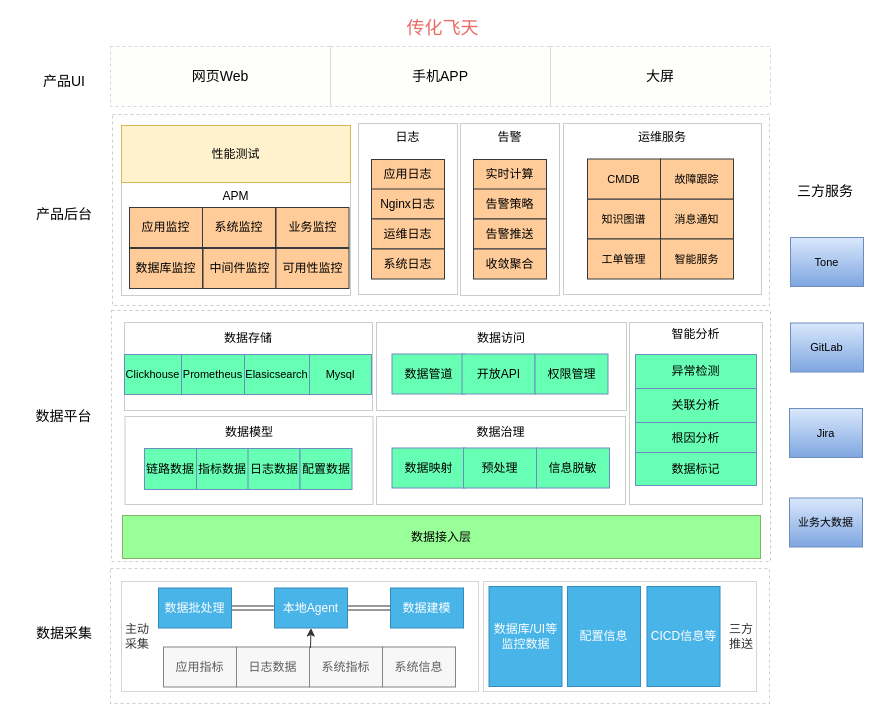
sunface/draw.io keeps this draw.io diagram as 传化盖亚架构图.drawio. Above is the earlier version. Source tidied: cells renumbered, new cells numbered last; positions are measured from the earlier drawing's top-left corner, leaving out a move shared by most shapes. Both pictures are drawn from the tidied source at 100%, with x=0, y=0 at pixel (17, 18).
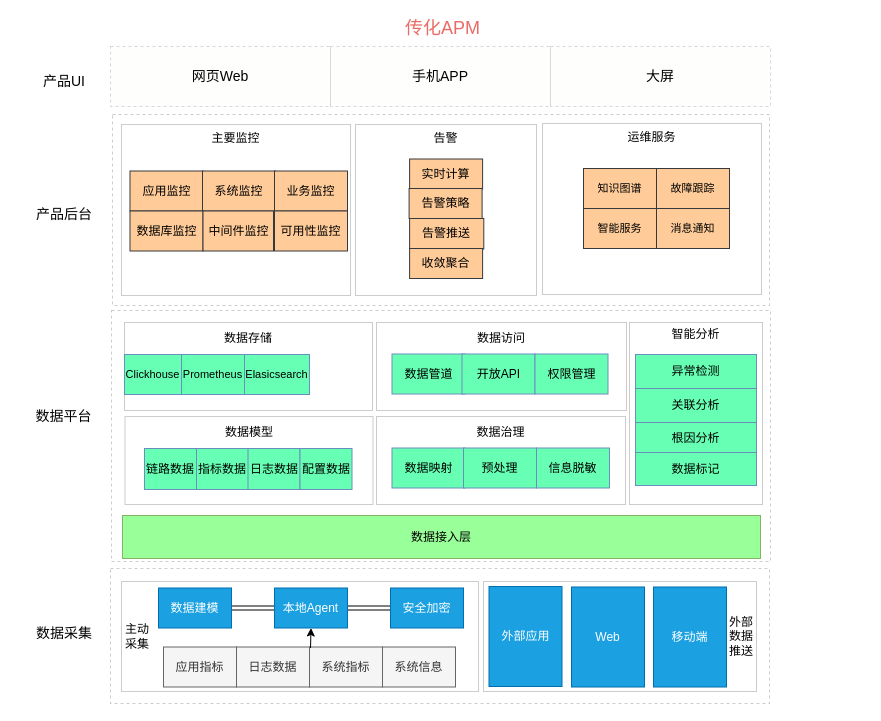
After the change.

Commit message:
Update 传化盖亚架构图.drawio

What changed in the source:
```diff
@@
+    <mxCell id="77" style="rounded=0;whiteSpace=wrap;html=1;fontSize=10;dashed=1;gradientColor=none;fillColor=#ffffff;shadow=0;opacity=20;" parent="1" vertex="1">
+      <mxGeometry x="93" y="550" width="659" height="135" as="geometry" />
+    </mxCell>
@@
-    <mxCell id="10" value="数据建模" style="rounded=0;whiteSpace=wrap;html=1;shadow=0;fillColor=#1ba1e2;fontSize=12;strokeColor=#006EAF;fontColor=#ffffff;" parent="1" vertex="1">
+    <mxCell id="10" value="安全加密" style="rounded=0;whiteSpace=wrap;html=1;shadow=0;fillColor=#1ba1e2;fontSize=12;strokeColor=#006EAF;fontColor=#ffffff;" parent="1" vertex="1">
       <mxGeometry x="373" y="569.5" width="73" height="40" as="geometry" />
     </mxCell>
@@
-    <mxCell id="12" value="数据批处理" style="rounded=0;whiteSpace=wrap;html=1;shadow=0;fillColor=#1ba1e2;fontSize=12;strokeColor=#006EAF;fontColor=#ffffff;" parent="1" vertex="1">
+    <mxCell id="12" value="数据建模" style="rounded=0;whiteSpace=wrap;html=1;shadow=0;fillColor=#1ba1e2;fontSize=12;strokeColor=#006EAF;fontColor=#ffffff;" parent="1" vertex="1">
       <mxGeometry x="141" y="569.5" width="73" height="40" as="geometry" />
     </mxCell>
@@
-    <mxCell id="35" value="数据库/UI等监控数据" style="rounded=0;whiteSpace=wrap;html=1;shadow=0;fillColor=#1ba1e2;fontSize=12;strokeColor=#006EAF;fontColor=#ffffff;" parent="1" vertex="1">
+    <mxCell id="35" value="外部应用" style="rounded=0;whiteSpace=wrap;html=1;shadow=0;fillColor=#1ba1e2;fontSize=12;strokeColor=#006EAF;fontColor=#ffffff;" parent="1" vertex="1">
       <mxGeometry x="471.5" y="568" width="73" height="100" as="geometry" />
     </mxCell>
-    <mxCell id="36" value="三方推送" style="text;html=1;strokeColor=none;fillColor=none;align=center;verticalAlign=middle;whiteSpace=wrap;rounded=0;shadow=0;fontSize=12;opacity=20;" parent="1" vertex="1">
+    <mxCell id="36" value="外部数据推送" style="text;html=1;strokeColor=none;fillColor=none;align=center;verticalAlign=middle;whiteSpace=wrap;rounded=0;shadow=0;fontSize=12;opacity=20;" parent="1" vertex="1">
       <mxGeometry x="709" y="608" width="30" height="20" as="geometry" />
     </mxCell>
-    <mxCell id="37" value="配置信息" style="rounded=0;whiteSpace=wrap;html=1;shadow=0;fillColor=#1ba1e2;fontSize=12;strokeColor=#006EAF;fontColor=#ffffff;" parent="1" vertex="1">
-      <mxGeometry x="550" y="568" width="73" height="100" as="geometry" />
-    </mxCell>
-    <mxCell id="38" value="CICD信息等" style="rounded=0;whiteSpace=wrap;html=1;shadow=0;fillColor=#1ba1e2;fontSize=12;strokeColor=#006EAF;fontColor=#ffffff;" parent="1" vertex="1">
-      <mxGeometry x="629.5" y="568" width="73" height="100" as="geometry" />
-    </mxCell>
@@
-    <mxCell id="41" value="&lt;div&gt;&lt;br&gt;&lt;/div&gt;&lt;div&gt;&lt;br&gt;&lt;/div&gt;&lt;div&gt;&lt;br&gt;&lt;/div&gt;&lt;div&gt;&lt;br&gt;&lt;/div&gt;&lt;div&gt;&lt;br&gt;&lt;/div&gt;&lt;div&gt;&lt;br&gt;&lt;/div&gt;&lt;div&gt;&lt;br&gt;&lt;/div&gt;&lt;div&gt;&lt;br&gt;&lt;/div&gt;&lt;div&gt;&lt;br&gt;&lt;/div&gt;&lt;div&gt;&lt;br&gt;&lt;/div&gt;&lt;div&gt;APM&lt;/div&gt;&lt;div&gt;&lt;br&gt;&lt;/div&gt;&lt;div&gt;&lt;br&gt;&lt;/div&gt;&lt;div&gt;&lt;br&gt;&lt;/div&gt;&lt;div&gt;&lt;br&gt;&lt;/div&gt;&lt;div&gt;&lt;br&gt;&lt;/div&gt;&lt;div&gt;&lt;br&gt;&lt;/div&gt;&lt;div&gt;&lt;br&gt;&lt;/div&gt;&lt;div&gt;&lt;br&gt;&lt;/div&gt;&lt;div&gt;&lt;br&gt;&lt;/div&gt;&lt;div&gt;&lt;br&gt;&lt;/div&gt;&lt;div&gt;&lt;br&gt;&lt;/div&gt;&lt;div&gt;&lt;br&gt;&lt;/div&gt;&lt;div&gt;&lt;br&gt;&lt;/div&gt;&lt;div&gt;&lt;br&gt;&lt;/div&gt;&lt;div&gt;&lt;br&gt;&lt;/div&gt;&lt;div&gt;&lt;br&gt;&lt;/div&gt;" style="rounded=0;whiteSpace=wrap;html=1;shadow=0;fillColor=#ffffff;gradientColor=none;fontSize=12;opacity=20;align=center;" parent="1" vertex="1">
-      <mxGeometry x="104" y="164" width="229" height="113" as="geometry" />
+    <mxCell id="41" value="&lt;div&gt;&lt;br&gt;&lt;/div&gt;&lt;div&gt;&lt;br&gt;&lt;/div&gt;&lt;div&gt;&lt;br&gt;&lt;/div&gt;&lt;div&gt;&lt;br&gt;&lt;/div&gt;&lt;div&gt;&lt;br&gt;&lt;/div&gt;&lt;div&gt;&lt;br&gt;&lt;/div&gt;&lt;div&gt;主要监控&lt;br&gt;&lt;/div&gt;&lt;div&gt;&lt;br&gt;&lt;/div&gt;&lt;div&gt;&lt;br&gt;&lt;/div&gt;&lt;div&gt;&lt;br&gt;&lt;/div&gt;&lt;div&gt;&lt;br&gt;&lt;/div&gt;&lt;div&gt;&lt;br&gt;&lt;/div&gt;&lt;div&gt;&lt;br&gt;&lt;/div&gt;&lt;div&gt;&lt;br&gt;&lt;/div&gt;&lt;div&gt;&lt;br&gt;&lt;/div&gt;&lt;div&gt;&lt;br&gt;&lt;/div&gt;&lt;div&gt;&lt;br&gt;&lt;/div&gt;&lt;div&gt;&lt;br&gt;&lt;/div&gt;&lt;div&gt;&lt;br&gt;&lt;/div&gt;&lt;div&gt;&lt;br&gt;&lt;/div&gt;&lt;div&gt;&lt;br&gt;&lt;/div&gt;&lt;div&gt;&lt;br&gt;&lt;/div&gt;&lt;div&gt;&lt;br&gt;&lt;/div&gt;" style="rounded=0;whiteSpace=wrap;html=1;shadow=0;fillColor=#ffffff;gradientColor=none;fontSize=12;opacity=20;align=center;" parent="1" vertex="1">
+      <mxGeometry x="104" y="106" width="229" height="171" as="geometry" />
     </mxCell>
     <mxCell id="42" value="应用监控" style="rounded=0;whiteSpace=wrap;html=1;shadow=0;fillColor=#ffcc99;fontSize=12;strokeColor=#36393d;" parent="1" vertex="1">
-      <mxGeometry x="112" y="189" width="73" height="40" as="geometry" />
+      <mxGeometry x="112.5" y="152.5" width="73" height="40" as="geometry" />
     </mxCell>
     <mxCell id="43" value="系统监控" style="rounded=0;whiteSpace=wrap;html=1;shadow=0;fillColor=#ffcc99;fontSize=12;strokeColor=#36393d;" parent="1" vertex="1">
-      <mxGeometry x="185" y="189" width="73" height="40" as="geometry" />
+      <mxGeometry x="185" y="152.5" width="73" height="40" as="geometry" />
     </mxCell>
     <mxCell id="44" value="业务监控" style="rounded=0;whiteSpace=wrap;html=1;shadow=0;fillColor=#ffcc99;fontSize=12;strokeColor=#36393d;" parent="1" vertex="1">
-      <mxGeometry x="258.5" y="189" width="73" height="40" as="geometry" />
+      <mxGeometry x="257" y="152.5" width="73" height="40" as="geometry" />
     </mxCell>
     <mxCell id="45" value="数据库监控" style="rounded=0;whiteSpace=wrap;html=1;shadow=0;fillColor=#ffcc99;fontSize=12;strokeColor=#36393d;" parent="1" vertex="1">
-      <mxGeometry x="112" y="230" width="73" height="40" as="geometry" />
+      <mxGeometry x="112.5" y="192.5" width="73" height="40" as="geometry" />
     </mxCell>
     <mxCell id="46" value="中间件监控" style="rounded=0;whiteSpace=wrap;html=1;shadow=0;fillColor=#ffcc99;fontSize=12;strokeColor=#36393d;" parent="1" vertex="1">
-      <mxGeometry x="185.5" y="230" width="73" height="40" as="geometry" />
+      <mxGeometry x="185.5" y="192.5" width="70.5" height="40" as="geometry" />
     </mxCell>
     <mxCell id="47" value="可用性监控" style="rounded=0;whiteSpace=wrap;html=1;shadow=0;fillColor=#ffcc99;fontSize=12;strokeColor=#36393d;" parent="1" vertex="1">
-      <mxGeometry x="258.5" y="230" width="73" height="40" as="geometry" />
+      <mxGeometry x="257" y="192.5" width="73" height="40" as="geometry" />
     </mxCell>
-    <mxCell id="48" value="日志&lt;br&gt;&lt;br&gt;&lt;br&gt;&lt;br&gt;&lt;br&gt;&lt;br&gt;&lt;br&gt;&lt;br&gt;&lt;br&gt;&lt;br&gt;&lt;br&gt;" style="rounded=0;whiteSpace=wrap;html=1;shadow=0;fillColor=#ffffff;gradientColor=none;fontSize=12;opacity=20;align=center;" parent="1" vertex="1">
-      <mxGeometry x="341" y="105" width="99" height="171" as="geometry" />
-    </mxCell>
     <mxCell id="49" value="告警&lt;br&gt;&lt;br&gt;&lt;br&gt;&lt;br&gt;&lt;br&gt;&lt;br&gt;&lt;br&gt;&lt;br&gt;&lt;br&gt;&lt;br&gt;&lt;br&gt;" style="rounded=0;whiteSpace=wrap;html=1;shadow=0;fillColor=#ffffff;gradientColor=none;fontSize=12;opacity=20;align=center;" parent="1" vertex="1">
-      <mxGeometry x="443" y="105" width="99" height="172" as="geometry" />
+      <mxGeometry x="338" y="106" width="181" height="171" as="geometry" />
     </mxCell>
     <mxCell id="50" value="实时计算" style="rounded=0;whiteSpace=wrap;html=1;shadow=0;fillColor=#ffcc99;fontSize=12;strokeColor=#36393d;" parent="1" vertex="1">
-      <mxGeometry x="456" y="141" width="73" height="30" as="geometry" />
+      <mxGeometry x="392.1" y="140.5" width="73" height="30" as="geometry" />
     </mxCell>
     <mxCell id="51" value="告警策略" style="rounded=0;whiteSpace=wrap;html=1;shadow=0;fillColor=#ffcc99;fontSize=12;strokeColor=#36393d;" parent="1" vertex="1">
-      <mxGeometry x="456" y="170.5" width="73" height="30" as="geometry" />
+      <mxGeometry x="391.6" y="170" width="73" height="30" as="geometry" />
     </mxCell>
     <mxCell id="52" value="告警推送" style="rounded=0;whiteSpace=wrap;html=1;shadow=0;fillColor=#ffcc99;fontSize=12;strokeColor=#36393d;" parent="1" vertex="1">
-      <mxGeometry x="456" y="200.5" width="73" height="30" as="geometry" />
+      <mxGeometry x="392.1" y="200" width="74.2" height="30.5" as="geometry" />
     </mxCell>
     <mxCell id="53" value="收敛聚合" style="rounded=0;whiteSpace=wrap;html=1;shadow=0;fillColor=#ffcc99;fontSize=12;strokeColor=#36393d;" parent="1" vertex="1">
-      <mxGeometry x="456" y="230.5" width="73" height="30" as="geometry" />
+      <mxGeometry x="392.1" y="230" width="73" height="30" as="geometry" />
     </mxCell>
     <mxCell id="54" value="运维服务&lt;br&gt;&lt;br&gt;&lt;br&gt;&lt;br&gt;&lt;br&gt;&lt;br&gt;&lt;br&gt;&lt;br&gt;&lt;br&gt;&lt;br&gt;&lt;br&gt;" style="rounded=0;whiteSpace=wrap;html=1;shadow=0;fillColor=#ffffff;gradientColor=none;fontSize=12;opacity=20;align=center;" parent="1" vertex="1">
-      <mxGeometry x="546" y="105" width="198" height="171" as="geometry" />
+      <mxGeometry x="525" y="105" width="219" height="171" as="geometry" />
     </mxCell>
@@
     <mxCell id="59" value="消息通知" style="rounded=0;whiteSpace=wrap;html=1;shadow=0;fillColor=#ffcc99;fontSize=11;strokeColor=#36393d;" parent="1" vertex="1">
-      <mxGeometry x="643" y="180.5" width="73" height="40" as="geometry" />
+      <mxGeometry x="639" y="190" width="73" height="40" as="geometry" />
     </mxCell>
     <mxCell id="60" value="知识图谱" style="rounded=0;whiteSpace=wrap;html=1;shadow=0;fillColor=#ffcc99;fontSize=11;strokeColor=#36393d;" parent="1" vertex="1">
-      <mxGeometry x="570" y="180.5" width="73" height="40" as="geometry" />
+      <mxGeometry x="566" y="150" width="73" height="40" as="geometry" />
     </mxCell>
-    <mxCell id="61" value="CMDB" style="rounded=0;whiteSpace=wrap;html=1;shadow=0;fillColor=#ffcc99;fontSize=11;strokeColor=#36393d;" parent="1" vertex="1">
-      <mxGeometry x="570" y="140.5" width="73" height="40" as="geometry" />
-    </mxCell>
@@
-    <mxCell id="69" value="三方服务" style="text;html=1;strokeColor=none;fillColor=none;align=center;verticalAlign=middle;whiteSpace=wrap;rounded=0;shadow=0;dashed=1;fontSize=14;opacity=20;" parent="1" vertex="1">
-      <mxGeometry x="772" y="162.5" width="72" height="20" as="geometry" />
-    </mxCell>
-    <mxCell id="70" value="Tone" style="rounded=0;whiteSpace=wrap;html=1;shadow=0;fillColor=#dae8fc;fontSize=11;strokeColor=#6c8ebf;gradientColor=#7ea6e0;" parent="1" vertex="1">
-      <mxGeometry x="773" y="219" width="73" height="49" as="geometry" />
-    </mxCell>
-    <mxCell id="71" value="GitLab" style="rounded=0;whiteSpace=wrap;html=1;shadow=0;fillColor=#dae8fc;fontSize=11;strokeColor=#6c8ebf;gradientColor=#7ea6e0;" parent="1" vertex="1">
-      <mxGeometry x="773" y="304.5" width="73" height="49" as="geometry" />
-    </mxCell>
-    <mxCell id="72" value="Jira" style="rounded=0;whiteSpace=wrap;html=1;shadow=0;fillColor=#dae8fc;fontSize=11;strokeColor=#6c8ebf;gradientColor=#7ea6e0;" parent="1" vertex="1">
-      <mxGeometry x="772" y="390" width="73" height="49" as="geometry" />
-    </mxCell>
-    <mxCell id="73" value="传化飞天" style="text;html=1;strokeColor=none;fillColor=none;align=center;verticalAlign=middle;whiteSpace=wrap;rounded=0;fontSize=18;fontColor=#EA6B66;" parent="1" vertex="1">
+    <mxCell id="73" value="传化APM" style="text;html=1;strokeColor=none;fillColor=none;align=center;verticalAlign=middle;whiteSpace=wrap;rounded=0;fontSize=18;fontColor=#EA6B66;" parent="1" vertex="1">
       <mxGeometry x="346" width="159" height="20" as="geometry" />
     </mxCell>
-    <mxCell id="74" value="工单管理" style="rounded=0;whiteSpace=wrap;html=1;shadow=0;fillColor=#ffcc99;fontSize=11;strokeColor=#36393d;" parent="1" vertex="1">
-      <mxGeometry x="570" y="220.5" width="73" height="40" as="geometry" />
-    </mxCell>
     <mxCell id="75" value="智能服务" style="rounded=0;whiteSpace=wrap;html=1;shadow=0;fillColor=#ffcc99;fontSize=11;strokeColor=#36393d;" parent="1" vertex="1">
-      <mxGeometry x="643" y="220.5" width="73" height="40" as="geometry" />
+      <mxGeometry x="566" y="190" width="73" height="40" as="geometry" />
     </mxCell>
     <mxCell id="76" value="故障跟踪" style="rounded=0;whiteSpace=wrap;html=1;shadow=0;fillColor=#ffcc99;fontSize=11;strokeColor=#36393d;" parent="1" vertex="1">
-      <mxGeometry x="643" y="140.5" width="73" height="40" as="geometry" />
+      <mxGeometry x="639" y="150" width="73" height="40" as="geometry" />
     </mxCell>
-    <mxCell id="77" style="rounded=0;whiteSpace=wrap;html=1;fontSize=10;dashed=1;gradientColor=none;fillColor=#ffffff;shadow=0;opacity=20;" parent="1" vertex="1">
-      <mxGeometry x="93" y="550" width="659" height="135" as="geometry" />
-    </mxCell>
-    <mxCell id="78" value="应用日志" style="rounded=0;whiteSpace=wrap;html=1;shadow=0;fillColor=#ffcc99;fontSize=12;strokeColor=#36393d;" parent="1" vertex="1">
-      <mxGeometry x="354" y="141" width="73" height="30" as="geometry" />
-    </mxCell>
-    <mxCell id="79" value="Nginx日志" style="rounded=0;whiteSpace=wrap;html=1;shadow=0;fillColor=#ffcc99;fontSize=12;strokeColor=#36393d;" parent="1" vertex="1">
-      <mxGeometry x="354" y="170.5" width="73" height="30" as="geometry" />
-    </mxCell>
-    <mxCell id="80" value="运维日志" style="rounded=0;whiteSpace=wrap;html=1;shadow=0;fillColor=#ffcc99;fontSize=12;strokeColor=#36393d;" parent="1" vertex="1">
-      <mxGeometry x="354" y="200.5" width="73" height="30" as="geometry" />
-    </mxCell>
-    <mxCell id="81" value="系统日志" style="rounded=0;whiteSpace=wrap;html=1;shadow=0;fillColor=#ffcc99;fontSize=12;strokeColor=#36393d;" parent="1" vertex="1">
-      <mxGeometry x="354" y="230.5" width="73" height="30" as="geometry" />
-    </mxCell>
-    <mxCell id="82" value="业务大数据" style="rounded=0;whiteSpace=wrap;html=1;shadow=0;fillColor=#dae8fc;fontSize=11;strokeColor=#6c8ebf;gradientColor=#7ea6e0;" parent="1" vertex="1">
-      <mxGeometry x="772" y="479.5" width="73" height="49" as="geometry" />
-    </mxCell>
-    <mxCell id="83" value="Mysql" style="rounded=0;whiteSpace=wrap;html=1;shadow=0;fillColor=#66FFB3;fontSize=11;strokeColor=#6c8ebf;" parent="1" vertex="1">
-      <mxGeometry x="292" y="336" width="62" height="40" as="geometry" />
-    </mxCell>
-    <mxCell id="84" value="性能测试" style="rounded=0;whiteSpace=wrap;html=1;shadow=0;fillColor=#fff2cc;fontSize=12;strokeColor=#d6b656;" parent="1" vertex="1">
-      <mxGeometry x="104" y="107" width="229" height="57" as="geometry" />
-    </mxCell>
+    <mxCell id="85" value="Web" style="rounded=0;whiteSpace=wrap;html=1;shadow=0;fillColor=#1ba1e2;fontSize=12;strokeColor=#006EAF;fontColor=#ffffff;" parent="1" vertex="1">
+      <mxGeometry x="554" y="568.5" width="73" height="100" as="geometry" />
+    </mxCell>
+    <mxCell id="86" value="移动端" style="rounded=0;whiteSpace=wrap;html=1;shadow=0;fillColor=#1ba1e2;fontSize=12;strokeColor=#006EAF;fontColor=#ffffff;" parent="1" vertex="1">
+      <mxGeometry x="636" y="568.5" width="73" height="100" as="geometry" />
+    </mxCell>
```
